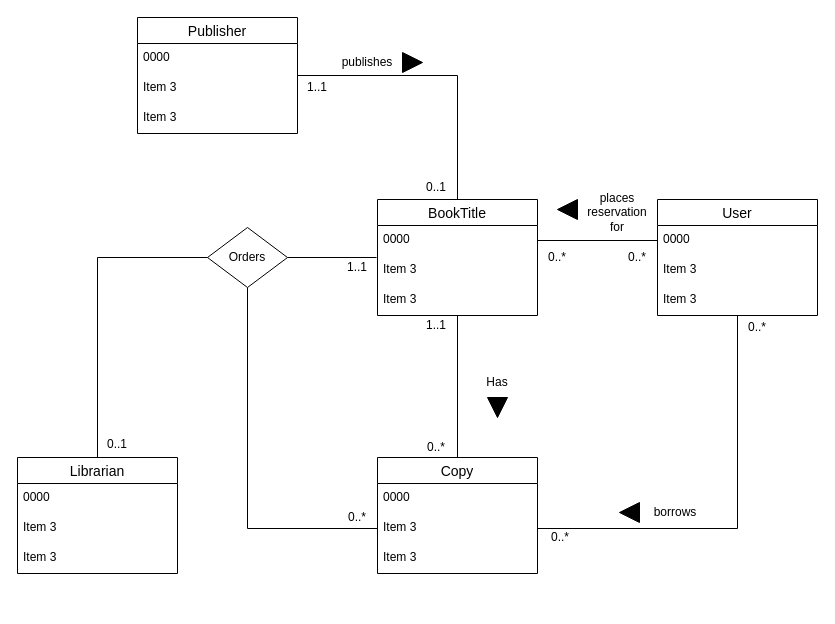
Above: page "ModelAnswer" (2 of 2) of Tutorial 2/Tutorial2_Exercise3.drawio in ChitharaKarunasekera/DatabaseSystemsTutorials (draw.io), before the change. Source tidied: cells renumbered, new cells numbered last; positions are measured from the earlier drawing's top-left corner, leaving out a move shared by most shapes. Both pictures are drawn from the tidied source at 100%, with x=0, y=0 at pixel (17, 17).
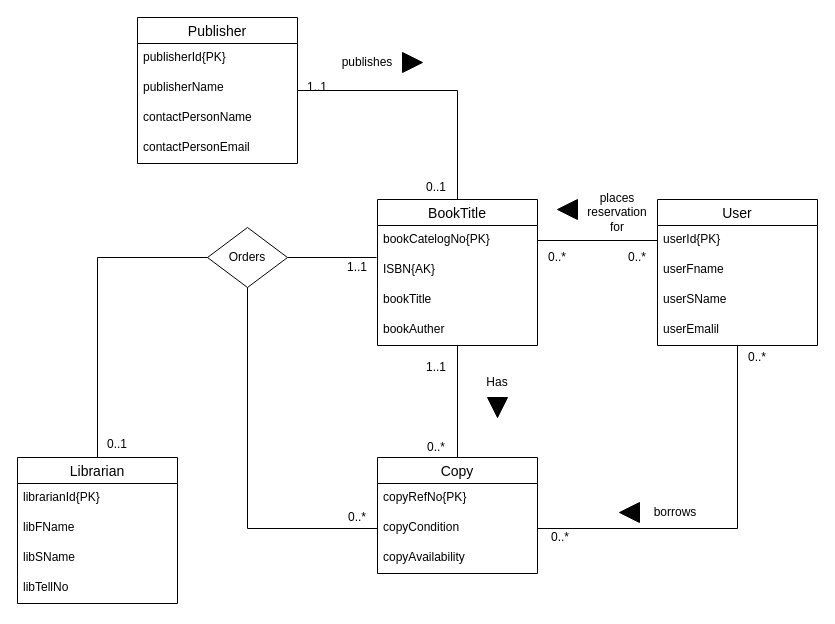
The same diagram, later.

The change refers to these unchanged cells:
```xml
<mxCell id="11" value="Copy" style="swimlane;fontStyle=0;horizontal=1;startSize=26;align=center;fontSize=14;" parent="1" vertex="1">
  <mxGeometry x="360" y="440" width="160" height="116" as="geometry" />
</mxCell>
```

What changed in the source:
```diff
@@
     <mxCell id="2" value="Librarian" style="swimlane;fontStyle=0;horizontal=1;startSize=26;align=center;fontSize=14;" parent="1" vertex="1">
-      <mxGeometry y="440" width="160" height="116" as="geometry" />
+      <mxGeometry y="440" width="160" height="146" as="geometry" />
     </mxCell>
-    <mxCell id="3" value="0000" style="text;strokeColor=none;fillColor=none;spacingLeft=4;spacingRight=4;overflow=hidden;fontSize=12;" parent="2" vertex="1">
+    <mxCell id="3" value="librarianId{PK}" style="text;strokeColor=none;fillColor=none;spacingLeft=4;spacingRight=4;overflow=hidden;fontSize=12;" parent="2" vertex="1">
       <mxGeometry y="26" width="160" height="30" as="geometry" />
     </mxCell>
-    <mxCell id="4" value="Item 3" style="text;strokeColor=none;fillColor=none;spacingLeft=4;spacingRight=4;overflow=hidden;fontSize=12;" parent="2" vertex="1">
+    <mxCell id="4" value="libFName" style="text;strokeColor=none;fillColor=none;spacingLeft=4;spacingRight=4;overflow=hidden;fontSize=12;" parent="2" vertex="1">
       <mxGeometry y="56" width="160" height="30" as="geometry" />
     </mxCell>
+    <mxCell id="49" value="libSName" style="text;strokeColor=none;fillColor=none;spacingLeft=4;spacingRight=4;overflow=hidden;fontSize=12;" parent="2" vertex="1">
+      <mxGeometry y="86" width="160" height="30" as="geometry" />
+    </mxCell>
-    <mxCell id="5" value="Item 3" style="text;strokeColor=none;fillColor=none;spacingLeft=4;spacingRight=4;overflow=hidden;fontSize=12;" parent="2" vertex="1">
-      <mxGeometry y="86" width="160" height="30" as="geometry" />
+    <mxCell id="5" value="libTellNo" style="text;strokeColor=none;fillColor=none;spacingLeft=4;spacingRight=4;overflow=hidden;fontSize=12;" parent="2" vertex="1">
+      <mxGeometry y="116" width="160" height="30" as="geometry" />
     </mxCell>
@@
     <mxCell id="7" value="BookTitle" style="swimlane;fontStyle=0;horizontal=1;startSize=26;align=center;fontSize=14;" parent="1" vertex="1">
-      <mxGeometry x="360" y="182" width="160" height="116" as="geometry" />
+      <mxGeometry x="360" y="182" width="160" height="146" as="geometry" />
     </mxCell>
-    <mxCell id="8" value="0000" style="text;strokeColor=none;fillColor=none;spacingLeft=4;spacingRight=4;overflow=hidden;points=[[0,0.5],[1,0.5]];portConstraint=eastwest;fontSize=12;" parent="7" vertex="1">
+    <mxCell id="8" value="bookCatelogNo{PK}" style="text;strokeColor=none;fillColor=none;spacingLeft=4;spacingRight=4;overflow=hidden;points=[[0,0.5],[1,0.5]];portConstraint=eastwest;fontSize=12;" parent="7" vertex="1">
       <mxGeometry y="26" width="160" height="30" as="geometry" />
     </mxCell>
-    <mxCell id="9" value="Item 3" style="text;strokeColor=none;fillColor=none;spacingLeft=4;spacingRight=4;overflow=hidden;fontSize=12;" parent="7" vertex="1">
+    <mxCell id="9" value="ISBN{AK}" style="text;strokeColor=none;fillColor=none;spacingLeft=4;spacingRight=4;overflow=hidden;fontSize=12;" parent="7" vertex="1">
       <mxGeometry y="56" width="160" height="30" as="geometry" />
     </mxCell>
-    <mxCell id="10" value="Item 3" style="text;strokeColor=none;fillColor=none;spacingLeft=4;spacingRight=4;overflow=hidden;fontSize=12;" parent="7" vertex="1">
+    <mxCell id="10" value="bookTitle" style="text;strokeColor=none;fillColor=none;spacingLeft=4;spacingRight=4;overflow=hidden;fontSize=12;" parent="7" vertex="1">
       <mxGeometry y="86" width="160" height="30" as="geometry" />
     </mxCell>
+    <mxCell id="50" value="bookAuther" style="text;strokeColor=none;fillColor=none;spacingLeft=4;spacingRight=4;overflow=hidden;fontSize=12;" parent="7" vertex="1">
+      <mxGeometry y="116" width="160" height="30" as="geometry" />
+    </mxCell>
@@
-    <mxCell id="12" value="0000" style="text;strokeColor=none;fillColor=none;spacingLeft=4;spacingRight=4;overflow=hidden;fontSize=12;" parent="11" vertex="1">
+    <mxCell id="12" value="copyRefNo{PK}" style="text;strokeColor=none;fillColor=none;spacingLeft=4;spacingRight=4;overflow=hidden;fontSize=12;" parent="11" vertex="1">
       <mxGeometry y="26" width="160" height="30" as="geometry" />
     </mxCell>
-    <mxCell id="13" value="Item 3" style="text;strokeColor=none;fillColor=none;spacingLeft=4;spacingRight=4;overflow=hidden;points=[[0,0.5],[1,0.5]];portConstraint=eastwest;fontSize=12;" parent="11" vertex="1">
+    <mxCell id="13" value="copyCondition" style="text;strokeColor=none;fillColor=none;spacingLeft=4;spacingRight=4;overflow=hidden;points=[[0,0.5],[1,0.5]];portConstraint=eastwest;fontSize=12;" parent="11" vertex="1">
       <mxGeometry y="56" width="160" height="30" as="geometry" />
     </mxCell>
-    <mxCell id="14" value="Item 3" style="text;strokeColor=none;fillColor=none;spacingLeft=4;spacingRight=4;overflow=hidden;fontSize=12;" parent="11" vertex="1">
+    <mxCell id="14" value="copyAvailability" style="text;strokeColor=none;fillColor=none;spacingLeft=4;spacingRight=4;overflow=hidden;fontSize=12;" parent="11" vertex="1">
       <mxGeometry y="86" width="160" height="30" as="geometry" />
     </mxCell>
@@
     <mxCell id="16" value="User" style="swimlane;fontStyle=0;horizontal=1;startSize=26;align=center;fontSize=14;" parent="1" vertex="1">
-      <mxGeometry x="640" y="182" width="160" height="116" as="geometry" />
+      <mxGeometry x="640" y="182" width="160" height="146" as="geometry" />
     </mxCell>
-    <mxCell id="17" value="0000" style="text;strokeColor=none;fillColor=none;spacingLeft=4;spacingRight=4;overflow=hidden;points=[[0,0.5],[1,0.5]];portConstraint=eastwest;fontSize=12;" parent="16" vertex="1">
+    <mxCell id="17" value="userId{PK}" style="text;strokeColor=none;fillColor=none;spacingLeft=4;spacingRight=4;overflow=hidden;points=[[0,0.5],[1,0.5]];portConstraint=eastwest;fontSize=12;" parent="16" vertex="1">
       <mxGeometry y="26" width="160" height="30" as="geometry" />
     </mxCell>
-    <mxCell id="18" value="Item 3" style="text;strokeColor=none;fillColor=none;spacingLeft=4;spacingRight=4;overflow=hidden;fontSize=12;" parent="16" vertex="1">
+    <mxCell id="18" value="userFname" style="text;strokeColor=none;fillColor=none;spacingLeft=4;spacingRight=4;overflow=hidden;fontSize=12;" parent="16" vertex="1">
       <mxGeometry y="56" width="160" height="30" as="geometry" />
     </mxCell>
+    <mxCell id="51" value="userSName" style="text;strokeColor=none;fillColor=none;spacingLeft=4;spacingRight=4;overflow=hidden;fontSize=12;" parent="16" vertex="1">
+      <mxGeometry y="86" width="160" height="30" as="geometry" />
+    </mxCell>
-    <mxCell id="19" value="Item 3" style="text;strokeColor=none;fillColor=none;spacingLeft=4;spacingRight=4;overflow=hidden;fontSize=12;" parent="16" vertex="1">
-      <mxGeometry y="86" width="160" height="30" as="geometry" />
+    <mxCell id="19" value="userEmalil" style="text;strokeColor=none;fillColor=none;spacingLeft=4;spacingRight=4;overflow=hidden;fontSize=12;" parent="16" vertex="1">
+      <mxGeometry y="116" width="160" height="30" as="geometry" />
     </mxCell>
@@
     <mxCell id="21" value="Publisher" style="swimlane;fontStyle=0;horizontal=1;startSize=26;align=center;fontSize=14;" parent="1" vertex="1">
-      <mxGeometry x="120" width="160" height="116" as="geometry" />
+      <mxGeometry x="120" width="160" height="146" as="geometry" />
     </mxCell>
-    <mxCell id="22" value="0000" style="text;strokeColor=none;fillColor=none;spacingLeft=4;spacingRight=4;overflow=hidden;fontSize=12;" parent="21" vertex="1">
+    <mxCell id="22" value="publisherId{PK}" style="text;strokeColor=none;fillColor=none;spacingLeft=4;spacingRight=4;overflow=hidden;fontSize=12;" parent="21" vertex="1">
       <mxGeometry y="26" width="160" height="30" as="geometry" />
     </mxCell>
-    <mxCell id="23" value="Item 3" style="text;strokeColor=none;fillColor=none;spacingLeft=4;spacingRight=4;overflow=hidden;fontSize=12;" parent="21" vertex="1">
+    <mxCell id="23" value="publisherName" style="text;strokeColor=none;fillColor=none;spacingLeft=4;spacingRight=4;overflow=hidden;fontSize=12;" parent="21" vertex="1">
       <mxGeometry y="56" width="160" height="30" as="geometry" />
     </mxCell>
-    <mxCell id="24" value="Item 3" style="text;strokeColor=none;fillColor=none;spacingLeft=4;spacingRight=4;overflow=hidden;fontSize=12;" parent="21" vertex="1">
+    <mxCell id="24" value="contactPersonName" style="text;strokeColor=none;fillColor=none;spacingLeft=4;spacingRight=4;overflow=hidden;fontSize=12;" parent="21" vertex="1">
       <mxGeometry y="86" width="160" height="30" as="geometry" />
     </mxCell>
+    <mxCell id="52" value="contactPersonEmail" style="text;strokeColor=none;fillColor=none;spacingLeft=4;spacingRight=4;overflow=hidden;fontSize=12;" parent="21" vertex="1">
+      <mxGeometry y="116" width="160" height="30" as="geometry" />
+    </mxCell>
@@
     <mxCell id="41" value="1..1" style="text;html=1;strokeColor=none;fillColor=none;align=center;verticalAlign=middle;whiteSpace=wrap;rounded=0;" parent="1" vertex="1">
-      <mxGeometry x="399" y="298" width="40" height="20" as="geometry" />
+      <mxGeometry x="399" y="340" width="40" height="20" as="geometry" />
     </mxCell>
@@
     <mxCell id="47" value="0..*" style="text;html=1;strokeColor=none;fillColor=none;align=center;verticalAlign=middle;whiteSpace=wrap;rounded=0;" parent="1" vertex="1">
-      <mxGeometry x="720" y="300" width="40" height="20" as="geometry" />
+      <mxGeometry x="720" y="330" width="40" height="20" as="geometry" />
     </mxCell>
```
